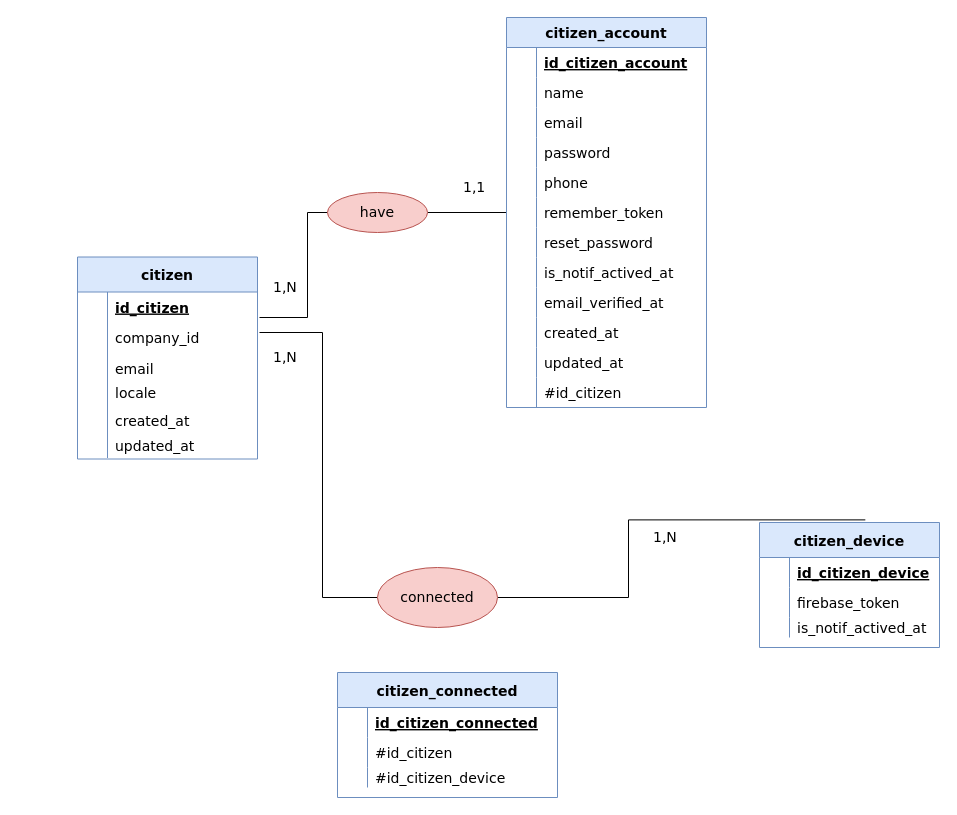
Earlier version of the draw.io diagram bmv_citizen.drawio (Pakulic/Maquettage_Site_web). Source tidied: cells renumbered, new cells numbered last; positions are measured from the earlier drawing's top-left corner, leaving out a move shared by most shapes. Both pictures are drawn from the tidied source at 100%, with x=0, y=0 at pixel (77, 17).
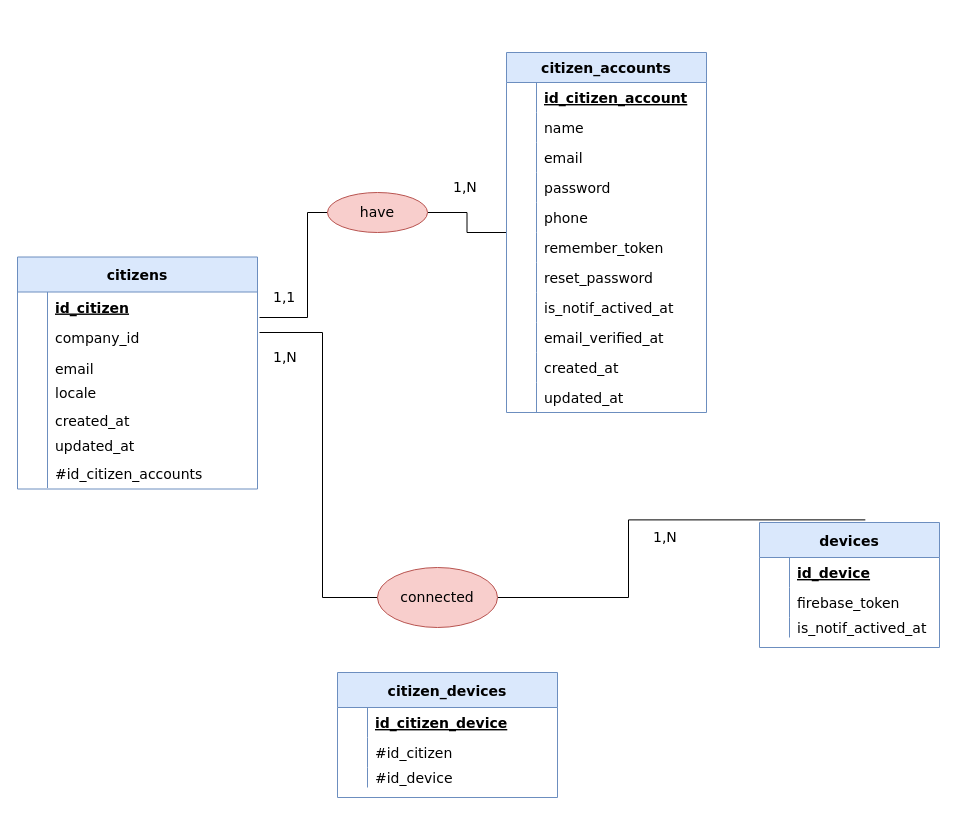
After the change.

Commit message:
Mettre à jour bmv_citizen.drawio

Unchanged cells that the change refers to:
```xml
<mxCell id="6" style="shape=partialRectangle;fillColor=none;top=0;left=0;bottom=1;right=0;fontSize=14;fontFamily=Verdana;strokeColor=none;" parent="5" vertex="1">
  <mxGeometry y="35" width="180" height="30" as="geometry" />
</mxCell>
<mxCell id="79" style="shape=partialRectangle;fillColor=none;top=0;left=0;bottom=1;right=0;fontSize=14;fontFamily=Verdana;strokeColor=none;" parent="78" vertex="1">
  <mxGeometry y="35" width="220" height="30" as="geometry" />
</mxCell>
<mxCell id="85" style="shape=partialRectangle;fillColor=none;top=0;left=0;bottom=0;right=0;fontSize=14;fontFamily=Verdana;" parent="78" vertex="1">
  <mxGeometry y="95" width="220" height="20" as="geometry" />
</mxCell>
```

The edit, as a diff of the source:
```diff
@@
-    <mxCell id="5" value="citizen_device" style="shape=table;startSize=35;childLayout=tableLayout;rowLines=0;fontStyle=1;align=center;fillColor=#dae8fc;strokeColor=#6c8ebf;fontSize=14;fontFamily=Verdana;" parent="1" vertex="1">
+    <mxCell id="5" value="devices" style="shape=table;startSize=35;childLayout=tableLayout;rowLines=0;fontStyle=1;align=center;fillColor=#dae8fc;strokeColor=#6c8ebf;fontSize=14;fontFamily=Verdana;" parent="1" vertex="1">
       <mxGeometry x="682" y="505" width="180" height="125" as="geometry" />
     </mxCell>
@@
-    <mxCell id="8" value="id_citizen_device" style="shape=partialRectangle;fillColor=none;top=0;left=0;bottom=0;right=0;align=left;spacingLeft=6;fontStyle=5;overflow=hidden;fontSize=14;fontFamily=Verdana;" parent="6" vertex="1">
+    <mxCell id="8" value="id_device" style="shape=partialRectangle;fillColor=none;top=0;left=0;bottom=0;right=0;align=left;spacingLeft=6;fontStyle=5;overflow=hidden;fontSize=14;fontFamily=Verdana;" parent="6" vertex="1">
       <mxGeometry x="30" width="150" height="30" as="geometry" />
     </mxCell>
@@
-    <mxCell id="16" value="citizen_account" style="shape=table;startSize=30;childLayout=tableLayout;rowLines=0;fontStyle=1;align=center;fillColor=#dae8fc;strokeColor=#6c8ebf;fontSize=14;fontFamily=Verdana;" parent="1" vertex="1">
-      <mxGeometry x="429" width="200" height="390" as="geometry" />
+    <mxCell id="16" value="citizen_accounts" style="shape=table;startSize=30;childLayout=tableLayout;rowLines=0;fontStyle=1;align=center;fillColor=#dae8fc;strokeColor=#6c8ebf;fontSize=14;fontFamily=Verdana;" parent="1" vertex="1">
+      <mxGeometry x="429" y="35" width="200" height="360" as="geometry" />
     </mxCell>
@@
-    <mxCell id="50" style="shape=partialRectangle;fillColor=none;top=0;left=0;bottom=0;right=0;fontSize=14;fontFamily=Verdana;" parent="16" vertex="1">
-      <mxGeometry y="360" width="200" height="30" as="geometry" />
-    </mxCell>
-    <mxCell id="51" style="shape=partialRectangle;fillColor=none;top=0;left=0;bottom=0;right=0;overflow=hidden;fontSize=14;fontFamily=Verdana;" parent="50" vertex="1">
-      <mxGeometry width="30" height="30" as="geometry" />
-    </mxCell>
-    <mxCell id="52" value="#id_citizen" style="shape=partialRectangle;fillColor=none;top=0;left=0;bottom=0;right=0;align=left;spacingLeft=6;overflow=hidden;fontSize=14;fontFamily=Verdana;" parent="50" vertex="1">
-      <mxGeometry x="30" width="170" height="30" as="geometry" />
-    </mxCell>
@@
     <mxCell id="55" value="1,1&#10;" style="text;strokeColor=none;fillColor=none;spacingLeft=4;spacingRight=4;overflow=hidden;fontSize=14;fontFamily=Verdana;" parent="1" vertex="1">
-      <mxGeometry x="380" y="155" width="40" height="30" as="geometry" />
+      <mxGeometry x="190" y="265" width="40" height="30" as="geometry" />
     </mxCell>
     <mxCell id="56" value="1,N" style="text;strokeColor=none;fillColor=none;spacingLeft=4;spacingRight=4;overflow=hidden;fontSize=14;fontFamily=Verdana;" parent="1" vertex="1">
-      <mxGeometry x="190" y="255" width="40" height="30" as="geometry" />
+      <mxGeometry x="370" y="155" width="40" height="30" as="geometry" />
     </mxCell>
@@
-    <mxCell id="59" value="citizen" style="shape=table;startSize=35;childLayout=tableLayout;rowLines=0;fontStyle=1;align=center;fillColor=#dae8fc;strokeColor=#6c8ebf;fontSize=14;fontFamily=Verdana;" parent="1" vertex="1">
-      <mxGeometry y="239.5" width="180" height="202" as="geometry" />
+    <mxCell id="59" value="citizens" style="shape=table;startSize=35;childLayout=tableLayout;rowLines=0;fontStyle=1;align=center;fillColor=#dae8fc;strokeColor=#6c8ebf;fontSize=14;fontFamily=Verdana;" parent="1" vertex="1">
+      <mxGeometry x="-60" y="239.5" width="240" height="232" as="geometry" />
     </mxCell>
     <mxCell id="60" style="shape=partialRectangle;fillColor=none;top=0;left=0;bottom=1;right=0;fontSize=14;fontFamily=Verdana;strokeColor=none;" parent="59" vertex="1">
-      <mxGeometry y="35" width="180" height="30" as="geometry" />
+      <mxGeometry y="35" width="240" height="30" as="geometry" />
     </mxCell>
@@
     <mxCell id="62" value="id_citizen" style="shape=partialRectangle;fillColor=none;top=0;left=0;bottom=0;right=0;align=left;spacingLeft=6;fontStyle=5;overflow=hidden;fontSize=14;fontFamily=Verdana;" parent="60" vertex="1">
-      <mxGeometry x="30" width="150" height="30" as="geometry" />
+      <mxGeometry x="30" width="210" height="30" as="geometry" />
     </mxCell>
     <mxCell id="63" style="shape=partialRectangle;fillColor=none;top=0;left=0;bottom=0;right=0;fontSize=14;fontFamily=Verdana;" parent="59" vertex="1">
-      <mxGeometry y="65" width="180" height="31" as="geometry" />
+      <mxGeometry y="65" width="240" height="31" as="geometry" />
     </mxCell>
@@
     <mxCell id="65" value="company_id" style="shape=partialRectangle;fillColor=none;top=0;left=0;bottom=0;right=0;align=left;spacingLeft=6;overflow=hidden;fontSize=14;fontFamily=Verdana;" parent="63" vertex="1">
-      <mxGeometry x="30" width="150" height="31" as="geometry" />
+      <mxGeometry x="30" width="210" height="31" as="geometry" />
     </mxCell>
     <mxCell id="66" style="shape=partialRectangle;fillColor=none;top=0;left=0;bottom=0;right=0;fontSize=14;fontFamily=Verdana;" parent="59" vertex="1">
-      <mxGeometry y="96" width="180" height="30" as="geometry" />
+      <mxGeometry y="96" width="240" height="30" as="geometry" />
     </mxCell>
@@
     <mxCell id="68" value="email" style="shape=partialRectangle;fillColor=none;top=0;left=0;bottom=0;right=0;align=left;spacingLeft=6;overflow=hidden;fontSize=14;fontFamily=Verdana;" parent="66" vertex="1">
-      <mxGeometry x="30" width="150" height="30" as="geometry" />
+      <mxGeometry x="30" width="210" height="30" as="geometry" />
     </mxCell>
     <mxCell id="69" style="shape=partialRectangle;fillColor=none;top=0;left=0;bottom=0;right=0;fontSize=14;fontFamily=Verdana;" parent="59" vertex="1">
-      <mxGeometry y="126" width="180" height="25" as="geometry" />
+      <mxGeometry y="126" width="240" height="25" as="geometry" />
     </mxCell>
@@
     <mxCell id="71" value="locale&#10;" style="shape=partialRectangle;fillColor=none;top=0;left=0;bottom=0;right=0;align=left;spacingLeft=6;overflow=hidden;fontSize=14;fontFamily=Verdana;" parent="69" vertex="1">
-      <mxGeometry x="30" width="150" height="25" as="geometry" />
+      <mxGeometry x="30" width="210" height="25" as="geometry" />
     </mxCell>
     <mxCell id="72" style="shape=partialRectangle;fillColor=none;top=0;left=0;bottom=0;right=0;fontSize=14;fontFamily=Verdana;" parent="59" vertex="1">
-      <mxGeometry y="151" width="180" height="25" as="geometry" />
+      <mxGeometry y="151" width="240" height="25" as="geometry" />
     </mxCell>
@@
     <mxCell id="74" value="created_at" style="shape=partialRectangle;fillColor=none;top=0;left=0;bottom=0;right=0;align=left;spacingLeft=6;overflow=hidden;fontSize=14;fontFamily=Verdana;" parent="72" vertex="1">
-      <mxGeometry x="30" width="150" height="25" as="geometry" />
+      <mxGeometry x="30" width="210" height="25" as="geometry" />
     </mxCell>
     <mxCell id="75" style="shape=partialRectangle;fillColor=none;top=0;left=0;bottom=0;right=0;fontSize=14;fontFamily=Verdana;" parent="59" vertex="1">
-      <mxGeometry y="176" width="180" height="25" as="geometry" />
+      <mxGeometry y="176" width="240" height="25" as="geometry" />
     </mxCell>
@@
     <mxCell id="77" value="updated_at" style="shape=partialRectangle;fillColor=none;top=0;left=0;bottom=0;right=0;align=left;spacingLeft=6;overflow=hidden;fontSize=14;fontFamily=Verdana;" parent="75" vertex="1">
-      <mxGeometry x="30" width="150" height="25" as="geometry" />
+      <mxGeometry x="30" width="210" height="25" as="geometry" />
     </mxCell>
+    <mxCell id="50" style="shape=partialRectangle;fillColor=none;top=0;left=0;bottom=0;right=0;fontSize=14;fontFamily=Verdana;" parent="59" vertex="1">
+      <mxGeometry y="201" width="240" height="30" as="geometry" />
+    </mxCell>
+    <mxCell id="51" style="shape=partialRectangle;fillColor=none;top=0;left=0;bottom=0;right=0;overflow=hidden;fontSize=14;fontFamily=Verdana;" parent="50" vertex="1">
+      <mxGeometry width="30" height="30" as="geometry" />
+    </mxCell>
+    <mxCell id="52" value="#id_citizen_accounts" style="shape=partialRectangle;fillColor=none;top=0;left=0;bottom=0;right=0;align=left;spacingLeft=6;overflow=hidden;fontSize=14;fontFamily=Verdana;" parent="50" vertex="1">
+      <mxGeometry x="30" width="210" height="30" as="geometry" />
+    </mxCell>
-    <mxCell id="78" value="citizen_connected" style="shape=table;startSize=35;childLayout=tableLayout;rowLines=0;fontStyle=1;align=center;fillColor=#dae8fc;strokeColor=#6c8ebf;fontSize=14;fontFamily=Verdana;" parent="1" vertex="1">
+    <mxCell id="78" value="citizen_devices" style="shape=table;startSize=35;childLayout=tableLayout;rowLines=0;fontStyle=1;align=center;fillColor=#dae8fc;strokeColor=#6c8ebf;fontSize=14;fontFamily=Verdana;" parent="1" vertex="1">
       <mxGeometry x="260" y="655" width="220" height="125" as="geometry" />
     </mxCell>
@@
-    <mxCell id="81" value="id_citizen_connected" style="shape=partialRectangle;fillColor=none;top=0;left=0;bottom=0;right=0;align=left;spacingLeft=6;fontStyle=5;overflow=hidden;fontSize=14;fontFamily=Verdana;" parent="79" vertex="1">
+    <mxCell id="81" value="id_citizen_device" style="shape=partialRectangle;fillColor=none;top=0;left=0;bottom=0;right=0;align=left;spacingLeft=6;fontStyle=5;overflow=hidden;fontSize=14;fontFamily=Verdana;" parent="79" vertex="1">
       <mxGeometry x="30" width="190" height="30" as="geometry" />
     </mxCell>
@@
-    <mxCell id="87" value="#id_citizen_device" style="shape=partialRectangle;fillColor=none;top=0;left=0;bottom=0;right=0;align=left;spacingLeft=6;overflow=hidden;fontSize=14;fontFamily=Verdana;" parent="85" vertex="1">
+    <mxCell id="87" value="#id_device" style="shape=partialRectangle;fillColor=none;top=0;left=0;bottom=0;right=0;align=left;spacingLeft=6;overflow=hidden;fontSize=14;fontFamily=Verdana;" parent="85" vertex="1">
       <mxGeometry x="30" width="190" height="20" as="geometry" />
     </mxCell>
```
